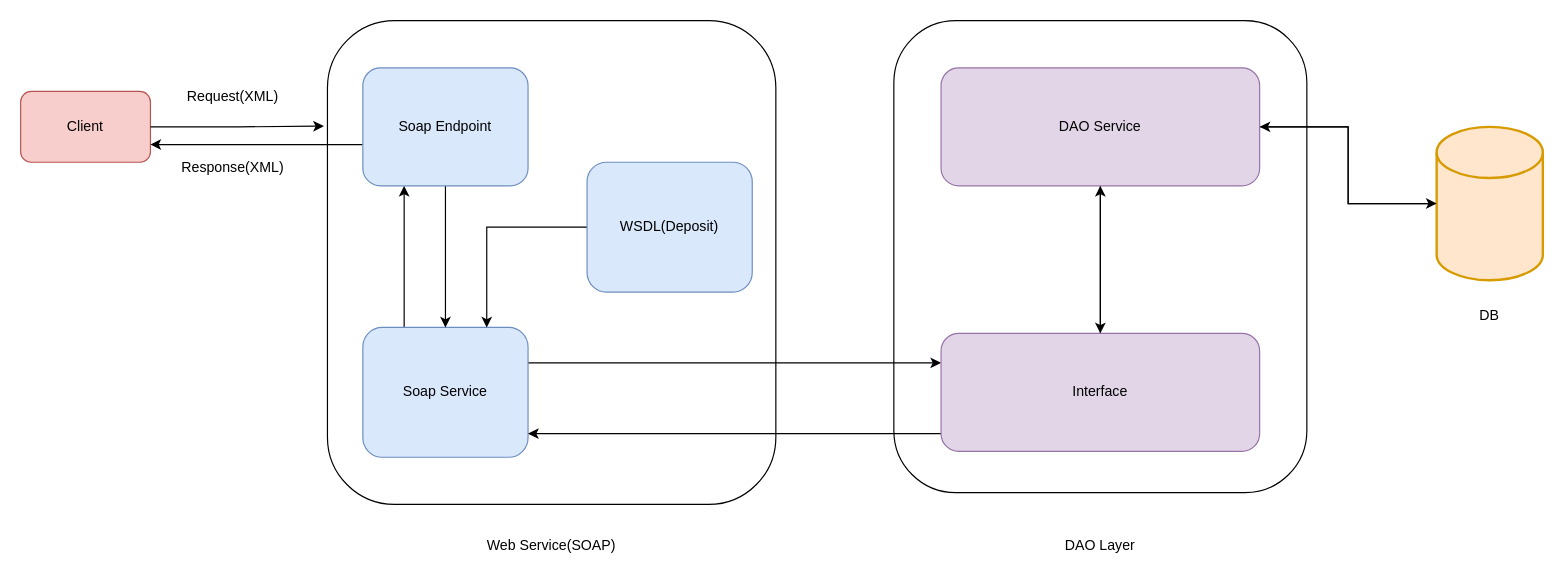
shreyasshettyb/DLTE-JavaFullStack-ShreyasShettyB2024 keeps this draw.io diagram as DLTE-Project/Dao_ppt.drawio. Above is the earlier version. Source tidied: cells renumbered, new cells numbered last; positions are measured from the earlier drawing's top-left corner, leaving out a move shared by most shapes. Both pictures are drawn from the tidied source at 118%, with x=0, y=0 at pixel (20, 20).
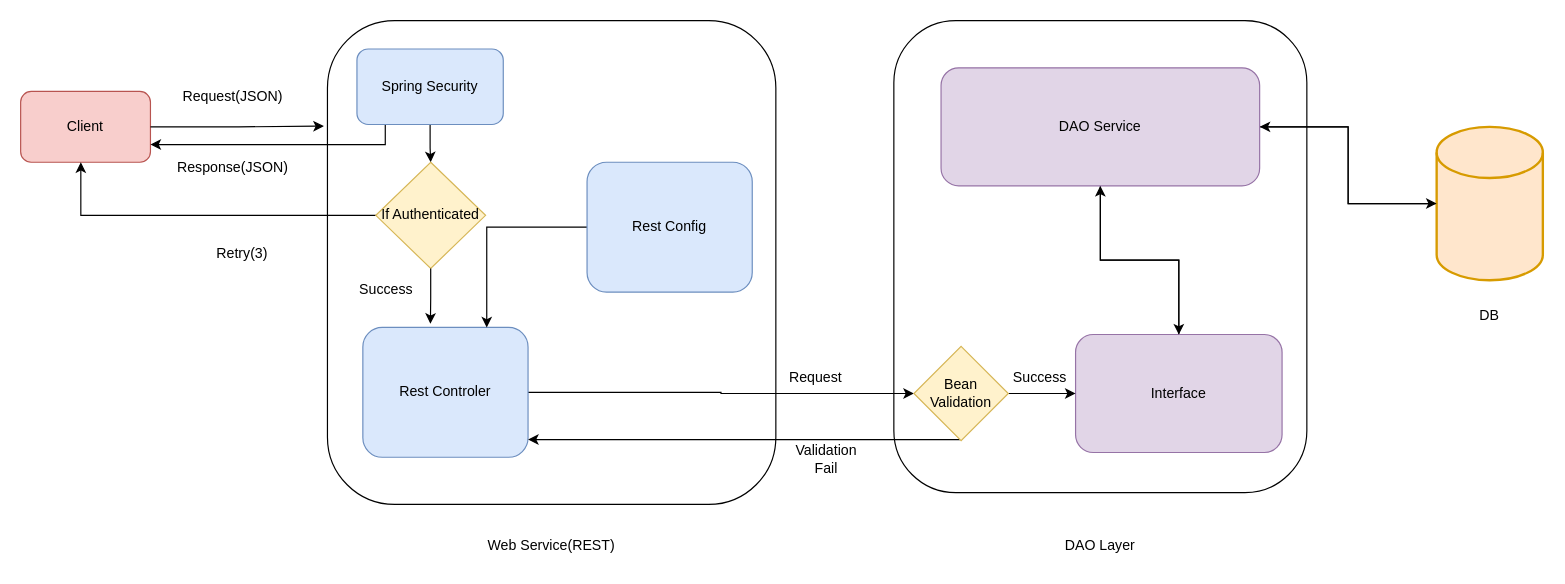
After the change.

The change refers to these unchanged cells:
```xml
<mxCell id="2" value="Client" style="rounded=1;whiteSpace=wrap;html=1;fillColor=#f8cecc;strokeColor=#b85450;" parent="1" vertex="1">
  <mxGeometry y="60" width="110" height="60" as="geometry" />
</mxCell>
```

What changed in the source:
```diff
@@
-    <mxCell id="5" style="edgeStyle=orthogonalEdgeStyle;rounded=0;jettySize=auto;html=1;" parent="1" edge="1" source="7" target="13">
-      <mxGeometry relative="1" as="geometry">
-        <Array as="points">
-          <mxPoint x="600" y="290" />
-          <mxPoint x="600" y="290" />
-        </Array>
-      </mxGeometry>
-    </mxCell>
-    <mxCell id="6" style="edgeStyle=orthogonalEdgeStyle;rounded=0;jettySize=auto;html=1;exitX=0.25;exitY=0;exitDx=0;exitDy=0;" parent="1" edge="1" source="7" target="10">
-      <mxGeometry relative="1" as="geometry">
-        <Array as="points">
-          <mxPoint x="325" y="170" />
-          <mxPoint x="325" y="170" />
-        </Array>
-      </mxGeometry>
-    </mxCell>
+    <mxCell id="27" style="edgeStyle=orthogonalEdgeStyle;rounded=0;jettySize=auto;html=1;entryX=0;entryY=0.5;entryDx=0;entryDy=0;" parent="1" edge="1" source="7" target="36">
+      <mxGeometry relative="1" as="geometry" />
+    </mxCell>
-    <mxCell id="7" value="Soap Service" style="rounded=1;whiteSpace=wrap;html=1;fillColor=#dae8fc;strokeColor=#6c8ebf;" parent="1" vertex="1">
+    <mxCell id="7" value="Rest Controler" style="rounded=1;whiteSpace=wrap;html=1;fillColor=#dae8fc;strokeColor=#6c8ebf;" parent="1" vertex="1">
       <mxGeometry x="290" y="260" width="140" height="110" as="geometry" />
     </mxCell>
-    <mxCell id="8" style="edgeStyle=orthogonalEdgeStyle;rounded=0;jettySize=auto;html=1;" parent="1" edge="1" source="10" target="7">
-      <mxGeometry relative="1" as="geometry" />
-    </mxCell>
     <mxCell id="9" style="edgeStyle=orthogonalEdgeStyle;rounded=0;jettySize=auto;html=1;entryX=1;entryY=0.75;entryDx=0;entryDy=0;" parent="1" edge="1" source="10" target="2">
       <mxGeometry relative="1" as="geometry">
         <Array as="points">
-          <mxPoint x="240" y="105" />
-          <mxPoint x="240" y="105" />
+          <mxPoint x="309" y="105" />
         </Array>
       </mxGeometry>
     </mxCell>
+    <mxCell id="28" style="edgeStyle=orthogonalEdgeStyle;rounded=0;jettySize=auto;html=1;" parent="1" edge="1" source="10" target="30">
+      <mxGeometry relative="1" as="geometry" />
+    </mxCell>
-    <mxCell id="10" value="Soap Endpoint" style="rounded=1;whiteSpace=wrap;html=1;fillColor=#dae8fc;strokeColor=#6c8ebf;" parent="1" vertex="1">
-      <mxGeometry x="290" y="40" width="140" height="100" as="geometry" />
+    <mxCell id="10" value="Spring Security" style="rounded=1;whiteSpace=wrap;html=1;fillColor=#dae8fc;strokeColor=#6c8ebf;" parent="1" vertex="1">
+      <mxGeometry x="285" y="24" width="124" height="64" as="geometry" />
     </mxCell>
@@
-    <mxCell id="12" style="edgeStyle=orthogonalEdgeStyle;rounded=0;jettySize=auto;html=1;" parent="1" edge="1" source="13" target="7">
-      <mxGeometry relative="1" as="geometry">
-        <Array as="points">
-          <mxPoint x="760" y="350" />
-          <mxPoint x="760" y="350" />
-        </Array>
-      </mxGeometry>
-    </mxCell>
     <mxCell id="13" value="Interface" style="rounded=1;whiteSpace=wrap;html=1;fillColor=#e1d5e7;strokeColor=#9673a6;" parent="1" vertex="1">
-      <mxGeometry x="780" y="265" width="270" height="100" as="geometry" />
+      <mxGeometry x="894" y="266" width="175" height="100" as="geometry" />
     </mxCell>
@@
-    <mxCell id="15" value="WSDL(Deposit)" style="rounded=1;whiteSpace=wrap;html=1;fillColor=#dae8fc;strokeColor=#6c8ebf;" parent="1" vertex="1">
+    <mxCell id="15" value="Rest Config" style="rounded=1;whiteSpace=wrap;html=1;fillColor=#dae8fc;strokeColor=#6c8ebf;" parent="1" vertex="1">
       <mxGeometry x="480" y="120" width="140" height="110" as="geometry" />
     </mxCell>
@@
-    <mxCell id="22" value="Web Service(SOAP)" style="text;html=1;align=center;verticalAlign=middle;whiteSpace=wrap;rounded=0;" parent="1" vertex="1">
+    <mxCell id="22" value="Web Service(REST)" style="text;html=1;align=center;verticalAlign=middle;whiteSpace=wrap;rounded=0;" parent="1" vertex="1">
       <mxGeometry x="365" y="430" width="170" height="30" as="geometry" />
     </mxCell>
@@
-    <mxCell id="25" value="Request(XML)" style="text;html=1;align=center;verticalAlign=middle;whiteSpace=wrap;rounded=0;" parent="1" vertex="1">
+    <mxCell id="25" value="Request(JSON)" style="text;html=1;align=center;verticalAlign=middle;whiteSpace=wrap;rounded=0;" parent="1" vertex="1">
       <mxGeometry x="150" y="50" width="60" height="30" as="geometry" />
     </mxCell>
-    <mxCell id="26" value="Response(XML)" style="text;html=1;align=center;verticalAlign=middle;whiteSpace=wrap;rounded=0;" parent="1" vertex="1">
+    <mxCell id="26" value="Response(JSON)" style="text;html=1;align=center;verticalAlign=middle;whiteSpace=wrap;rounded=0;" parent="1" vertex="1">
       <mxGeometry x="150" y="110" width="60" height="30" as="geometry" />
     </mxCell>
+    <mxCell id="29" style="edgeStyle=orthogonalEdgeStyle;rounded=0;jettySize=auto;html=1;exitX=0;exitY=0.5;exitDx=0;exitDy=0;" parent="1" edge="1" source="30" target="2">
+      <mxGeometry relative="1" as="geometry">
+        <Array as="points">
+          <mxPoint x="51" y="165" />
+        </Array>
+      </mxGeometry>
+    </mxCell>
+    <mxCell id="30" value="If Authenticated" style="rhombus;whiteSpace=wrap;html=1;fillColor=#fff2cc;strokeColor=#d6b656;" parent="1" vertex="1">
+      <mxGeometry x="301" y="120" width="93" height="90" as="geometry" />
+    </mxCell>
+    <mxCell id="31" style="edgeStyle=orthogonalEdgeStyle;rounded=0;jettySize=auto;html=1;entryX=0.409;entryY=-0.028;entryDx=0;entryDy=0;entryPerimeter=0;" parent="1" edge="1" source="30" target="7">
+      <mxGeometry relative="1" as="geometry" />
+    </mxCell>
+    <mxCell id="32" value="Retry(3)" style="text;html=1;align=center;verticalAlign=middle;whiteSpace=wrap;rounded=0;" parent="1" vertex="1">
+      <mxGeometry x="158" y="183" width="60" height="30" as="geometry" />
+    </mxCell>
+    <mxCell id="33" value="Success" style="text;html=1;align=center;verticalAlign=middle;whiteSpace=wrap;rounded=0;" parent="1" vertex="1">
+      <mxGeometry x="280" y="213" width="60" height="30" as="geometry" />
+    </mxCell>
+    <mxCell id="34" style="edgeStyle=orthogonalEdgeStyle;rounded=0;jettySize=auto;html=1;" parent="1" edge="1" source="36" target="13">
+      <mxGeometry relative="1" as="geometry" />
+    </mxCell>
+    <mxCell id="35" style="edgeStyle=orthogonalEdgeStyle;rounded=0;jettySize=auto;html=1;" parent="1" edge="1" source="36">
+      <mxGeometry relative="1" as="geometry">
+        <mxPoint x="430" y="355" as="targetPoint" />
+        <Array as="points">
+          <mxPoint x="430" y="355" />
+        </Array>
+      </mxGeometry>
+    </mxCell>
+    <mxCell id="36" value="Bean Validation" style="rhombus;whiteSpace=wrap;html=1;fillColor=#fff2cc;strokeColor=#d6b656;" parent="1" vertex="1">
+      <mxGeometry x="757" y="276" width="80" height="80" as="geometry" />
+    </mxCell>
+    <mxCell id="37" value="Request" style="text;html=1;align=center;verticalAlign=middle;whiteSpace=wrap;rounded=0;" parent="1" vertex="1">
+      <mxGeometry x="644" y="288" width="60" height="30" as="geometry" />
+    </mxCell>
+    <mxCell id="38" value="Validation Fail" style="text;html=1;align=center;verticalAlign=middle;whiteSpace=wrap;rounded=0;" parent="1" vertex="1">
+      <mxGeometry x="653" y="357" width="60" height="30" as="geometry" />
+    </mxCell>
+    <mxCell id="39" value="Success" style="text;html=1;align=center;verticalAlign=middle;whiteSpace=wrap;rounded=0;" parent="1" vertex="1">
+      <mxGeometry x="834" y="288" width="60" height="30" as="geometry" />
+    </mxCell>
```
